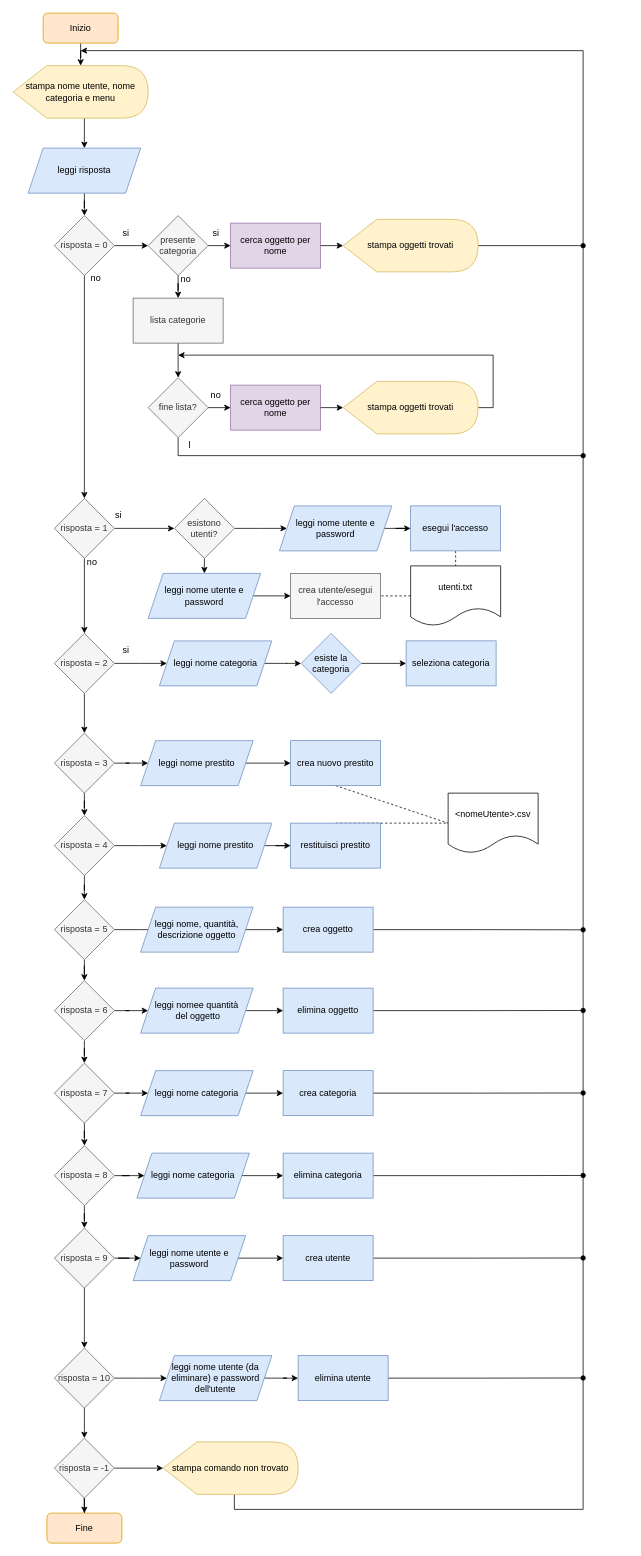
This is flowChart.drawio from souremillime/progetto-java, a draw.io file, before an edit. Source tidied: cells renumbered, new cells numbered last; positions are measured from the earlier drawing's top-left corner, leaving out a move shared by most shapes. Both pictures are drawn from the tidied source at 75%, with x=0, y=0 at pixel (13, 13).
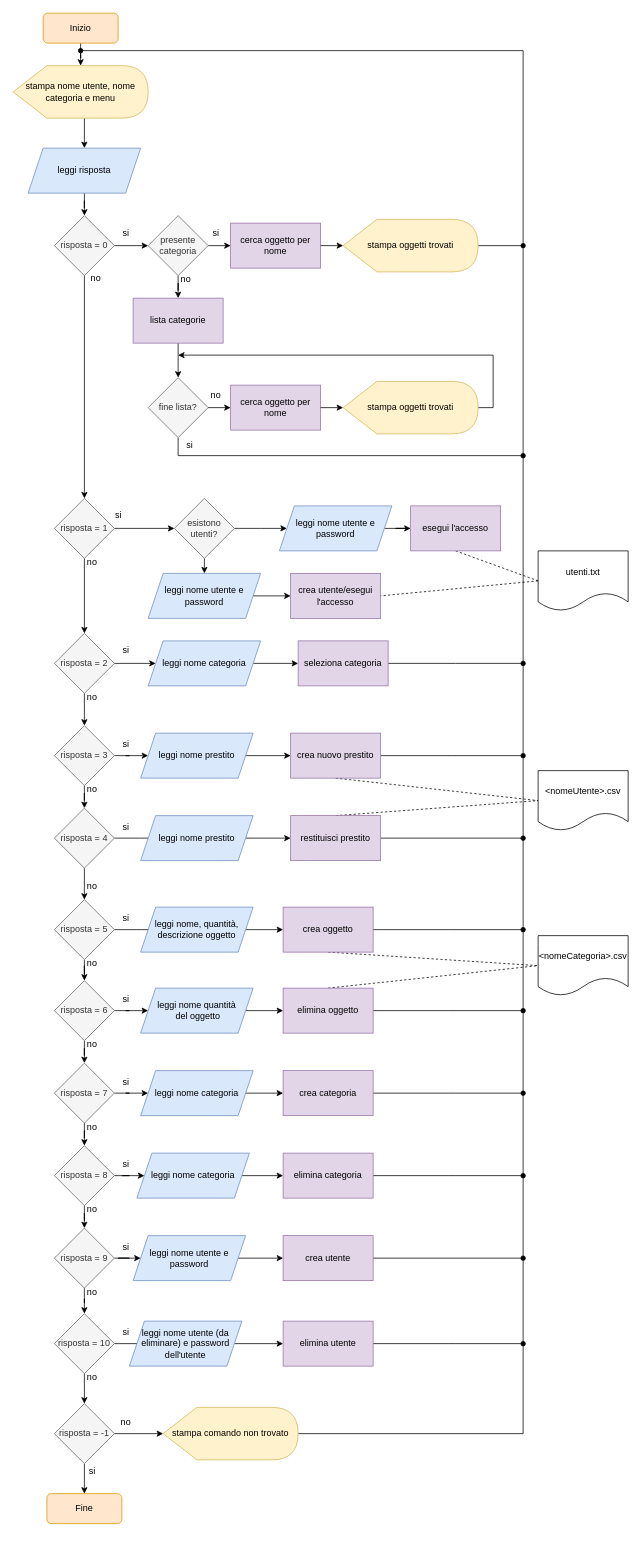
Above is the later version.

Commit message:
Aggiornato flowChart

Unchanged cells that the change refers to:
```xml
<mxCell id="16" value="stampa oggetti trovati" style="shape=display;whiteSpace=wrap;html=1;fillColor=#fff2cc;strokeColor=#d6b656;" parent="1" vertex="1">
  <mxGeometry x="440" y="275" width="180" height="70" as="geometry" />
</mxCell>
<mxCell id="21" value="fine lista?" style="rhombus;whiteSpace=wrap;html=1;fillColor=#f5f5f5;strokeColor=#666666;fontColor=#333333;" parent="1" vertex="1">
  <mxGeometry x="180" y="486" width="80" height="80" as="geometry" />
</mxCell>
<mxCell id="45" value="risposta = 2" style="rhombus;whiteSpace=wrap;html=1;fillColor=#f5f5f5;fontColor=#333333;strokeColor=#666666;" parent="1" vertex="1">
  <mxGeometry x="55" y="827" width="80" height="80" as="geometry" />
</mxCell>
```

The edit, as a diff of the source:
```diff
@@
     <mxCell id="15" style="rounded=0;jettySize=auto;html=1;exitX=1;exitY=0.5;exitDx=0;exitDy=0;exitPerimeter=0;strokeColor=default;endArrow=oval;endFill=1;" parent="1" edge="1" source="16">
       <mxGeometry relative="1" as="geometry">
-        <mxPoint x="760" y="310" as="targetPoint" />
+        <mxPoint x="680" y="310" as="targetPoint" />
       </mxGeometry>
     </mxCell>
@@
-    <mxCell id="19" value="lista categorie" style="whiteSpace=wrap;html=1;fillColor=#f5f5f5;strokeColor=#666666;fontColor=#333333;" parent="1" vertex="1">
+    <mxCell id="19" value="lista categorie" style="whiteSpace=wrap;html=1;fillColor=#e1d5e7;strokeColor=#9673a6;" parent="1" vertex="1">
       <mxGeometry x="160" y="380" width="120" height="60" as="geometry" />
     </mxCell>
     <mxCell id="20" style="edgeStyle=orthogonalEdgeStyle;rounded=0;jettySize=auto;html=1;exitX=0.5;exitY=1;exitDx=0;exitDy=0;endArrow=oval;endFill=1;" parent="1" edge="1" source="21">
       <mxGeometry relative="1" as="geometry">
-        <mxPoint x="760" y="590" as="targetPoint" />
+        <mxPoint x="680" y="590" as="targetPoint" />
         <Array as="points">
           <mxPoint x="220" y="590" />
         </Array>
       </mxGeometry>
     </mxCell>
@@
-    <mxCell id="31" value="l" style="text;html=1;align=center;verticalAlign=middle;strokeColor=none;fillColor=none;" parent="1" vertex="1">
+    <mxCell id="31" value="si" style="text;html=1;align=center;verticalAlign=middle;strokeColor=none;fillColor=none;" parent="1" vertex="1">
       <mxGeometry x="220" y="561" width="30" height="30" as="geometry" />
     </mxCell>
@@
-    <mxCell id="40" value="crea utente/esegui l'accesso" style="whiteSpace=wrap;html=1;fillColor=#f5f5f5;strokeColor=#666666;fontColor=#333333;" parent="1" vertex="1">
+    <mxCell id="40" value="crea utente/esegui l'accesso" style="whiteSpace=wrap;html=1;fillColor=#e1d5e7;strokeColor=#9673a6;" parent="1" vertex="1">
       <mxGeometry x="370" y="747" width="120" height="60" as="geometry" />
     </mxCell>
@@
-    <mxCell id="43" style="edgeStyle=orthogonalEdgeStyle;rounded=0;jettySize=auto;html=1;" parent="1" edge="1" source="45">
-      <mxGeometry relative="1" as="geometry">
-        <mxPoint x="205" y="867" as="targetPoint" />
-      </mxGeometry>
-    </mxCell>
@@
+    <mxCell id="122" style="edgeStyle=orthogonalEdgeStyle;rounded=0;jettySize=auto;html=1;exitX=1;exitY=0.5;exitDx=0;exitDy=0;" parent="1" edge="1" source="45" target="47">
+      <mxGeometry relative="1" as="geometry" />
+    </mxCell>
@@
-    <mxCell id="46" style="edgeStyle=orthogonalEdgeStyle;rounded=0;jettySize=auto;html=1;" parent="1" edge="1" source="47" target="49">
-      <mxGeometry relative="1" as="geometry" />
-    </mxCell>
+    <mxCell id="123" style="edgeStyle=orthogonalEdgeStyle;rounded=0;jettySize=auto;html=1;exitX=1;exitY=0.5;exitDx=0;exitDy=0;" parent="1" edge="1" source="47" target="54">
+      <mxGeometry relative="1" as="geometry" />
+    </mxCell>
     <mxCell id="47" value="leggi nome categoria" style="shape=parallelogram;perimeter=parallelogramPerimeter;whiteSpace=wrap;html=1;fixedSize=1;fillColor=#dae8fc;strokeColor=#6c8ebf;" parent="1" vertex="1">
-      <mxGeometry x="195" y="837" width="150" height="60" as="geometry" />
+      <mxGeometry x="180" y="837" width="150" height="60" as="geometry" />
     </mxCell>
-    <mxCell id="48" style="edgeStyle=orthogonalEdgeStyle;rounded=0;jettySize=auto;html=1;" parent="1" edge="1" source="49" target="54">
-      <mxGeometry relative="1" as="geometry" />
-    </mxCell>
-    <mxCell id="49" value="esiste la categoria" style="rhombus;whiteSpace=wrap;html=1;fillColor=#dae8fc;strokeColor=#6c8ebf;" parent="1" vertex="1">
-      <mxGeometry x="384" y="827" width="80" height="80" as="geometry" />
-    </mxCell>
@@
+    <mxCell id="124" style="edgeStyle=orthogonalEdgeStyle;rounded=0;jettySize=auto;html=1;exitX=1;exitY=0.5;exitDx=0;exitDy=0;endArrow=oval;endFill=1;" parent="1" edge="1" source="54">
+      <mxGeometry relative="1" as="geometry">
+        <mxPoint x="680" y="867" as="targetPoint" />
+      </mxGeometry>
+    </mxCell>
-    <mxCell id="54" value="seleziona categoria" style="whiteSpace=wrap;html=1;fillColor=#dae8fc;strokeColor=#6c8ebf;" parent="1" vertex="1">
-      <mxGeometry x="524" y="837" width="120" height="60" as="geometry" />
+    <mxCell id="54" value="seleziona categoria" style="whiteSpace=wrap;html=1;fillColor=#e1d5e7;strokeColor=#9673a6;" parent="1" vertex="1">
+      <mxGeometry x="380" y="837" width="120" height="60" as="geometry" />
     </mxCell>
@@
     <mxCell id="57" value="risposta = 3" style="rhombus;whiteSpace=wrap;html=1;fillColor=#f5f5f5;strokeColor=#666666;fontColor=#333333;" parent="1" vertex="1">
-      <mxGeometry x="55" y="960" width="80" height="80" as="geometry" />
+      <mxGeometry x="55" y="950" width="80" height="80" as="geometry" />
     </mxCell>
@@
     <mxCell id="59" value="leggi nome prestito" style="shape=parallelogram;perimeter=parallelogramPerimeter;whiteSpace=wrap;html=1;fixedSize=1;fillColor=#dae8fc;strokeColor=#6c8ebf;" parent="1" vertex="1">
-      <mxGeometry x="170" y="970" width="150" height="60" as="geometry" />
+      <mxGeometry x="170" y="960" width="150" height="60" as="geometry" />
     </mxCell>
-    <mxCell id="60" style="edgeStyle=orthogonalEdgeStyle;rounded=1;jettySize=auto;html=1;exitX=0.5;exitY=1;exitDx=0;exitDy=0;entryX=0.5;entryY=0;entryDx=0;entryDy=0;startArrow=none;startFill=0;endArrow=none;endFill=0;strokeColor=default;curved=0;jumpStyle=sharp;strokeWidth=1;dashed=1;" parent="1" edge="1" source="61" target="63">
-      <mxGeometry relative="1" as="geometry">
-        <Array as="points">
-          <mxPoint x="590" y="730" />
-          <mxPoint x="590" y="730" />
-        </Array>
-      </mxGeometry>
+    <mxCell id="60" style="rounded=1;jettySize=auto;html=1;exitX=0.5;exitY=1;exitDx=0;exitDy=0;entryX=0;entryY=0.5;entryDx=0;entryDy=0;startArrow=none;startFill=0;endArrow=none;endFill=0;strokeColor=default;jumpStyle=sharp;strokeWidth=1;dashed=1;" parent="1" edge="1" source="61" target="63">
+      <mxGeometry relative="1" as="geometry" />
     </mxCell>
-    <mxCell id="61" value="esegui l'accesso" style="whiteSpace=wrap;html=1;fillColor=#dae8fc;strokeColor=#6c8ebf;" parent="1" vertex="1">
+    <mxCell id="61" value="esegui l'accesso" style="whiteSpace=wrap;html=1;fillColor=#e1d5e7;strokeColor=#9673a6;" parent="1" vertex="1">
       <mxGeometry x="530" y="657" width="120" height="60" as="geometry" />
     </mxCell>
-    <mxCell id="62" style="edgeStyle=orthogonalEdgeStyle;rounded=0;jettySize=auto;html=1;exitX=0;exitY=0.5;exitDx=0;exitDy=0;entryX=1;entryY=0.5;entryDx=0;entryDy=0;endArrow=none;endFill=0;dashed=1;" parent="1" edge="1" source="63" target="40">
+    <mxCell id="62" style="rounded=0;jettySize=auto;html=1;exitX=0;exitY=0.5;exitDx=0;exitDy=0;entryX=1;entryY=0.5;entryDx=0;entryDy=0;endArrow=none;endFill=0;dashed=1;" parent="1" edge="1" source="63" target="40">
       <mxGeometry relative="1" as="geometry" />
     </mxCell>
     <mxCell id="63" value="utenti.txt" style="shape=document;whiteSpace=wrap;html=1;boundedLbl=1;" parent="1" vertex="1">
-      <mxGeometry x="530" y="737" width="120" height="80" as="geometry" />
+      <mxGeometry x="700" y="717" width="120" height="80" as="geometry" />
     </mxCell>
@@
+    <mxCell id="125" style="edgeStyle=orthogonalEdgeStyle;rounded=0;jettySize=auto;html=1;exitX=1;exitY=0.5;exitDx=0;exitDy=0;endArrow=oval;endFill=1;" parent="1" edge="1" source="65">
+      <mxGeometry relative="1" as="geometry">
+        <mxPoint x="680" y="990" as="targetPoint" />
+      </mxGeometry>
+    </mxCell>
-    <mxCell id="65" value="crea nuovo prestito" style="whiteSpace=wrap;html=1;fillColor=#dae8fc;strokeColor=#6c8ebf;" parent="1" vertex="1">
-      <mxGeometry x="370" y="970" width="120" height="60" as="geometry" />
+    <mxCell id="65" value="crea nuovo prestito" style="whiteSpace=wrap;html=1;fillColor=#e1d5e7;strokeColor=#9673a6;" parent="1" vertex="1">
+      <mxGeometry x="370" y="960" width="120" height="60" as="geometry" />
     </mxCell>
     <mxCell id="66" style="edgeStyle=orthogonalEdgeStyle;rounded=0;jettySize=auto;html=1;" parent="1" edge="1" source="68">
       <mxGeometry relative="1" as="geometry">
-        <mxPoint x="205" y="1110" as="targetPoint" />
+        <mxPoint x="205" y="1100" as="targetPoint" />
       </mxGeometry>
     </mxCell>
@@
     <mxCell id="68" value="risposta = 4" style="rhombus;whiteSpace=wrap;html=1;fillColor=#f5f5f5;strokeColor=#666666;fontColor=#333333;" parent="1" vertex="1">
-      <mxGeometry x="55" y="1070" width="80" height="80" as="geometry" />
+      <mxGeometry x="55" y="1060" width="80" height="80" as="geometry" />
     </mxCell>
@@
     <mxCell id="70" value="leggi nome prestito" style="shape=parallelogram;perimeter=parallelogramPerimeter;whiteSpace=wrap;html=1;fixedSize=1;fillColor=#dae8fc;strokeColor=#6c8ebf;" parent="1" vertex="1">
-      <mxGeometry x="195" y="1080" width="150" height="60" as="geometry" />
+      <mxGeometry x="170" y="1070" width="150" height="60" as="geometry" />
     </mxCell>
@@
+    <mxCell id="126" style="edgeStyle=orthogonalEdgeStyle;rounded=0;jettySize=auto;html=1;exitX=1;exitY=0.5;exitDx=0;exitDy=0;endArrow=oval;endFill=1;" parent="1" edge="1" source="72">
+      <mxGeometry relative="1" as="geometry">
+        <mxPoint x="680" y="1100" as="targetPoint" />
+      </mxGeometry>
+    </mxCell>
-    <mxCell id="72" value="restituisci prestito" style="whiteSpace=wrap;html=1;fillColor=#dae8fc;strokeColor=#6c8ebf;" parent="1" vertex="1">
-      <mxGeometry x="370" y="1080" width="120" height="60" as="geometry" />
+    <mxCell id="72" value="restituisci prestito" style="whiteSpace=wrap;html=1;fillColor=#e1d5e7;strokeColor=#9673a6;" parent="1" vertex="1">
+      <mxGeometry x="370" y="1070" width="120" height="60" as="geometry" />
     </mxCell>
     <mxCell id="73" value="&amp;lt;nomeUtente&amp;gt;.csv" style="shape=document;whiteSpace=wrap;html=1;boundedLbl=1;" parent="1" vertex="1">
-      <mxGeometry x="580" y="1040" width="120" height="80" as="geometry" />
+      <mxGeometry x="700" y="1010" width="120" height="80" as="geometry" />
     </mxCell>
@@
     <mxCell id="79" style="edgeStyle=orthogonalEdgeStyle;rounded=0;jettySize=auto;html=1;exitX=1;exitY=0.5;exitDx=0;exitDy=0;endArrow=oval;endFill=1;" parent="1" edge="1" source="80">
       <mxGeometry relative="1" as="geometry">
-        <mxPoint x="760" y="1222.3" as="targetPoint" />
+        <mxPoint x="680" y="1222" as="targetPoint" />
       </mxGeometry>
     </mxCell>
+    <mxCell id="127" style="rounded=0;jettySize=auto;html=1;exitX=0.5;exitY=1;exitDx=0;exitDy=0;entryX=0;entryY=0.5;entryDx=0;entryDy=0;endArrow=none;endFill=0;dashed=1;" parent="1" edge="1" source="80" target="148">
+      <mxGeometry relative="1" as="geometry" />
+    </mxCell>
-    <mxCell id="80" value="crea oggetto" style="whiteSpace=wrap;html=1;fillColor=#dae8fc;strokeColor=#6c8ebf;" parent="1" vertex="1">
+    <mxCell id="80" value="crea oggetto" style="whiteSpace=wrap;html=1;fillColor=#e1d5e7;strokeColor=#9673a6;" parent="1" vertex="1">
       <mxGeometry x="360" y="1192" width="120" height="60" as="geometry" />
     </mxCell>
@@
-    <mxCell id="85" value="leggi nomee quantità&lt;div&gt;&amp;nbsp;del oggetto&lt;/div&gt;" style="shape=parallelogram;perimeter=parallelogramPerimeter;whiteSpace=wrap;html=1;fixedSize=1;fillColor=#dae8fc;strokeColor=#6c8ebf;" parent="1" vertex="1">
+    <mxCell id="85" value="leggi nome quantità&lt;div&gt;&amp;nbsp;del oggetto&lt;/div&gt;" style="shape=parallelogram;perimeter=parallelogramPerimeter;whiteSpace=wrap;html=1;fixedSize=1;fillColor=#dae8fc;strokeColor=#6c8ebf;" parent="1" vertex="1">
       <mxGeometry x="170" y="1300" width="150" height="60" as="geometry" />
     </mxCell>
     <mxCell id="86" style="edgeStyle=orthogonalEdgeStyle;rounded=0;jettySize=auto;html=1;exitX=1;exitY=0.5;exitDx=0;exitDy=0;endArrow=oval;endFill=1;" parent="1" edge="1" source="87">
       <mxGeometry relative="1" as="geometry">
-        <mxPoint x="760" y="1329.8" as="targetPoint" />
+        <mxPoint x="680" y="1330" as="targetPoint" />
       </mxGeometry>
     </mxCell>
+    <mxCell id="128" style="rounded=0;jettySize=auto;html=1;exitX=0.5;exitY=0;exitDx=0;exitDy=0;dashed=1;endArrow=none;endFill=0;" parent="1" edge="1" source="87">
+      <mxGeometry relative="1" as="geometry">
+        <mxPoint x="700" y="1270" as="targetPoint" />
+      </mxGeometry>
+    </mxCell>
-    <mxCell id="87" value="elimina oggetto" style="whiteSpace=wrap;html=1;fillColor=#dae8fc;strokeColor=#6c8ebf;" parent="1" vertex="1">
+    <mxCell id="87" value="elimina oggetto" style="whiteSpace=wrap;html=1;fillColor=#e1d5e7;strokeColor=#9673a6;" parent="1" vertex="1">
       <mxGeometry x="360" y="1300" width="120" height="60" as="geometry" />
     </mxCell>
@@
     <mxCell id="93" style="edgeStyle=orthogonalEdgeStyle;rounded=0;jettySize=auto;html=1;exitX=1;exitY=0.5;exitDx=0;exitDy=0;endArrow=oval;endFill=1;" parent="1" edge="1" source="94">
       <mxGeometry relative="1" as="geometry">
-        <mxPoint x="760" y="1439.8" as="targetPoint" />
+        <mxPoint x="680" y="1440" as="targetPoint" />
       </mxGeometry>
     </mxCell>
-    <mxCell id="94" value="crea categoria" style="whiteSpace=wrap;html=1;fillColor=#dae8fc;strokeColor=#6c8ebf;" parent="1" vertex="1">
+    <mxCell id="94" value="crea categoria" style="whiteSpace=wrap;html=1;fillColor=#e1d5e7;strokeColor=#9673a6;" parent="1" vertex="1">
       <mxGeometry x="360" y="1410" width="120" height="60" as="geometry" />
     </mxCell>
@@
     <mxCell id="100" style="edgeStyle=orthogonalEdgeStyle;rounded=0;jettySize=auto;html=1;exitX=1;exitY=0.5;exitDx=0;exitDy=0;endArrow=oval;endFill=1;" parent="1" edge="1" source="101">
       <mxGeometry relative="1" as="geometry">
-        <mxPoint x="760" y="1549.8" as="targetPoint" />
+        <mxPoint x="680" y="1550" as="targetPoint" />
       </mxGeometry>
     </mxCell>
-    <mxCell id="101" value="elimina categoria" style="whiteSpace=wrap;html=1;fillColor=#dae8fc;strokeColor=#6c8ebf;" parent="1" vertex="1">
+    <mxCell id="101" value="elimina categoria" style="whiteSpace=wrap;html=1;fillColor=#e1d5e7;strokeColor=#9673a6;" parent="1" vertex="1">
       <mxGeometry x="360" y="1520" width="120" height="60" as="geometry" />
     </mxCell>
@@
     <mxCell id="107" style="edgeStyle=orthogonalEdgeStyle;rounded=0;jettySize=auto;html=1;exitX=1;exitY=0.5;exitDx=0;exitDy=0;endArrow=oval;endFill=1;" parent="1" edge="1" source="108">
       <mxGeometry relative="1" as="geometry">
-        <mxPoint x="760" y="1659.8" as="targetPoint" />
+        <mxPoint x="680" y="1660" as="targetPoint" />
       </mxGeometry>
     </mxCell>
-    <mxCell id="108" value="crea utente" style="whiteSpace=wrap;html=1;fillColor=#dae8fc;strokeColor=#6c8ebf;" parent="1" vertex="1">
+    <mxCell id="108" value="crea utente" style="whiteSpace=wrap;html=1;fillColor=#e1d5e7;strokeColor=#9673a6;" parent="1" vertex="1">
       <mxGeometry x="360" y="1630" width="120" height="60" as="geometry" />
     </mxCell>
     <mxCell id="109" style="edgeStyle=orthogonalEdgeStyle;rounded=0;jettySize=auto;html=1;" parent="1" edge="1" source="111">
       <mxGeometry relative="1" as="geometry">
-        <mxPoint x="205" y="1820" as="targetPoint" />
+        <mxPoint x="205" y="1774" as="targetPoint" />
       </mxGeometry>
     </mxCell>
@@
     <mxCell id="111" value="risposta = 10" style="rhombus;whiteSpace=wrap;html=1;fillColor=#f5f5f5;strokeColor=#666666;fontColor=#333333;" parent="1" vertex="1">
-      <mxGeometry x="55" y="1780" width="80" height="80" as="geometry" />
+      <mxGeometry x="55" y="1734" width="80" height="80" as="geometry" />
     </mxCell>
@@
     <mxCell id="113" value="leggi nome utente (da eliminare) e password dell'utente" style="shape=parallelogram;perimeter=parallelogramPerimeter;whiteSpace=wrap;html=1;fixedSize=1;fillColor=#dae8fc;strokeColor=#6c8ebf;" parent="1" vertex="1">
-      <mxGeometry x="195" y="1790" width="150" height="60" as="geometry" />
+      <mxGeometry x="155" y="1744" width="150" height="60" as="geometry" />
     </mxCell>
     <mxCell id="114" style="edgeStyle=orthogonalEdgeStyle;rounded=0;jettySize=auto;html=1;exitX=1;exitY=0.5;exitDx=0;exitDy=0;endArrow=oval;endFill=1;" parent="1" edge="1" source="115">
       <mxGeometry relative="1" as="geometry">
-        <mxPoint x="760" y="1819.8" as="targetPoint" />
+        <mxPoint x="680" y="1774" as="targetPoint" />
       </mxGeometry>
     </mxCell>
-    <mxCell id="115" value="elimina utente" style="whiteSpace=wrap;html=1;fillColor=#dae8fc;strokeColor=#6c8ebf;" parent="1" vertex="1">
-      <mxGeometry x="380" y="1790" width="120" height="60" as="geometry" />
+    <mxCell id="115" value="elimina utente" style="whiteSpace=wrap;html=1;fillColor=#e1d5e7;strokeColor=#9673a6;" parent="1" vertex="1">
+      <mxGeometry x="360" y="1744" width="120" height="60" as="geometry" />
     </mxCell>
@@
     <mxCell id="118" value="risposta = -1" style="rhombus;whiteSpace=wrap;html=1;fillColor=#f5f5f5;strokeColor=#666666;fontColor=#333333;" parent="1" vertex="1">
-      <mxGeometry x="55" y="1900" width="80" height="80" as="geometry" />
+      <mxGeometry x="55" y="1854" width="80" height="80" as="geometry" />
     </mxCell>
-    <mxCell id="119" style="edgeStyle=orthogonalEdgeStyle;rounded=0;jettySize=auto;html=1;exitX=0;exitY=0;exitDx=95;exitDy=70;exitPerimeter=0;" parent="1" edge="1" source="120">
+    <mxCell id="119" style="edgeStyle=orthogonalEdgeStyle;rounded=0;jettySize=auto;html=1;exitX=1;exitY=0.5;exitDx=0;exitDy=0;exitPerimeter=0;endArrow=oval;endFill=1;" parent="1" edge="1" source="120">
       <mxGeometry relative="1" as="geometry">
         <mxPoint x="90" y="50" as="targetPoint" />
         <Array as="points">
-          <mxPoint x="295" y="1995" />
-          <mxPoint x="760" y="1995" />
-          <mxPoint x="760" y="50" />
+          <mxPoint x="680" y="1894" />
+          <mxPoint x="680" y="50" />
         </Array>
       </mxGeometry>
     </mxCell>
     <mxCell id="120" value="stampa comando non trovato" style="shape=display;whiteSpace=wrap;html=1;fillColor=#fff2cc;strokeColor=#d6b656;" parent="1" vertex="1">
-      <mxGeometry x="200" y="1905" width="180" height="70" as="geometry" />
+      <mxGeometry x="200" y="1859" width="180" height="70" as="geometry" />
     </mxCell>
     <mxCell id="121" value="Fine" style="rounded=1;whiteSpace=wrap;html=1;fillColor=#ffe6cc;strokeColor=#d79b00;" parent="1" vertex="1">
-      <mxGeometry x="45" y="2000" width="100" height="40" as="geometry" />
+      <mxGeometry x="45" y="1974" width="100" height="40" as="geometry" />
     </mxCell>
+    <mxCell id="129" value="no" style="text;html=1;align=center;verticalAlign=middle;strokeColor=none;fillColor=none;" parent="1" vertex="1">
+      <mxGeometry x="85" y="897" width="40" height="30" as="geometry" />
+    </mxCell>
+    <mxCell id="130" value="si" style="text;html=1;align=center;verticalAlign=middle;strokeColor=none;fillColor=none;" parent="1" vertex="1">
+      <mxGeometry x="135" y="1070" width="30" height="30" as="geometry" />
+    </mxCell>
+    <mxCell id="131" value="si" style="text;html=1;align=center;verticalAlign=middle;strokeColor=none;fillColor=none;" parent="1" vertex="1">
+      <mxGeometry x="135" y="1192" width="30" height="30" as="geometry" />
+    </mxCell>
+    <mxCell id="132" value="si" style="text;html=1;align=center;verticalAlign=middle;strokeColor=none;fillColor=none;" parent="1" vertex="1">
+      <mxGeometry x="135" y="1300" width="30" height="30" as="geometry" />
+    </mxCell>
+    <mxCell id="133" value="si" style="text;html=1;align=center;verticalAlign=middle;strokeColor=none;fillColor=none;" parent="1" vertex="1">
+      <mxGeometry x="135" y="1410" width="30" height="30" as="geometry" />
+    </mxCell>
+    <mxCell id="134" value="si" style="text;html=1;align=center;verticalAlign=middle;strokeColor=none;fillColor=none;" parent="1" vertex="1">
+      <mxGeometry x="135" y="960" width="30" height="30" as="geometry" />
+    </mxCell>
+    <mxCell id="135" value="si" style="text;html=1;align=center;verticalAlign=middle;strokeColor=none;fillColor=none;" parent="1" vertex="1">
+      <mxGeometry x="135" y="1520" width="30" height="30" as="geometry" />
+    </mxCell>
+    <mxCell id="136" value="si" style="text;html=1;align=center;verticalAlign=middle;strokeColor=none;fillColor=none;" parent="1" vertex="1">
+      <mxGeometry x="135" y="1630" width="30" height="30" as="geometry" />
+    </mxCell>
+    <mxCell id="137" value="si" style="text;html=1;align=center;verticalAlign=middle;strokeColor=none;fillColor=none;" parent="1" vertex="1">
+      <mxGeometry x="135" y="1744" width="30" height="30" as="geometry" />
+    </mxCell>
+    <mxCell id="138" value="si" style="text;html=1;align=center;verticalAlign=middle;strokeColor=none;fillColor=none;" parent="1" vertex="1">
+      <mxGeometry x="90" y="1929" width="30" height="30" as="geometry" />
+    </mxCell>
+    <mxCell id="139" value="no" style="text;html=1;align=center;verticalAlign=middle;strokeColor=none;fillColor=none;" parent="1" vertex="1">
+      <mxGeometry x="130" y="1864" width="40" height="30" as="geometry" />
+    </mxCell>
+    <mxCell id="140" value="no" style="text;html=1;align=center;verticalAlign=middle;strokeColor=none;fillColor=none;" parent="1" vertex="1">
+      <mxGeometry x="85" y="1804" width="40" height="30" as="geometry" />
+    </mxCell>
+    <mxCell id="141" value="no" style="text;html=1;align=center;verticalAlign=middle;strokeColor=none;fillColor=none;" parent="1" vertex="1">
+      <mxGeometry x="85" y="1690" width="40" height="30" as="geometry" />
+    </mxCell>
+    <mxCell id="142" value="no" style="text;html=1;align=center;verticalAlign=middle;strokeColor=none;fillColor=none;" parent="1" vertex="1">
+      <mxGeometry x="85" y="1580" width="40" height="30" as="geometry" />
+    </mxCell>
+    <mxCell id="143" value="no" style="text;html=1;align=center;verticalAlign=middle;strokeColor=none;fillColor=none;" parent="1" vertex="1">
+      <mxGeometry x="85" y="1470" width="40" height="30" as="geometry" />
+    </mxCell>
+    <mxCell id="144" value="no" style="text;html=1;align=center;verticalAlign=middle;strokeColor=none;fillColor=none;" parent="1" vertex="1">
+      <mxGeometry x="85" y="1360" width="40" height="30" as="geometry" />
+    </mxCell>
+    <mxCell id="145" value="no" style="text;html=1;align=center;verticalAlign=middle;strokeColor=none;fillColor=none;" parent="1" vertex="1">
+      <mxGeometry x="85" y="1252" width="40" height="30" as="geometry" />
+    </mxCell>
+    <mxCell id="146" value="no" style="text;html=1;align=center;verticalAlign=middle;strokeColor=none;fillColor=none;" parent="1" vertex="1">
+      <mxGeometry x="85" y="1149" width="40" height="30" as="geometry" />
+    </mxCell>
+    <mxCell id="147" value="no" style="text;html=1;align=center;verticalAlign=middle;strokeColor=none;fillColor=none;" parent="1" vertex="1">
+      <mxGeometry x="85" y="1020" width="40" height="30" as="geometry" />
+    </mxCell>
+    <mxCell id="148" value="&amp;lt;nomeCategoria&amp;gt;.csv" style="shape=document;whiteSpace=wrap;html=1;boundedLbl=1;" parent="1" vertex="1">
+      <mxGeometry x="700" y="1230" width="120" height="80" as="geometry" />
+    </mxCell>
```
